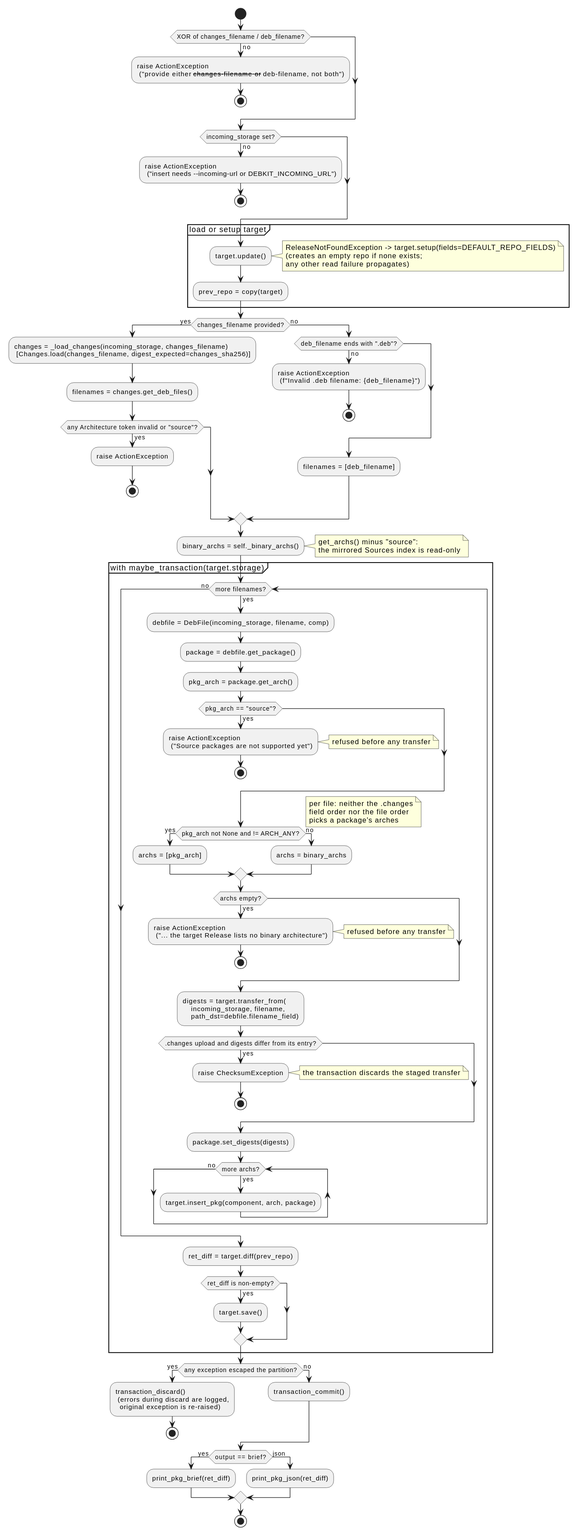
This is docs/development/diagrams/action-pkg-insert-activity.svg from vinklat/debkit, a PlantUML export, as it was before one commit. Its source is kept beside it as docs/development/diagrams/action-pkg-insert-activity.puml.
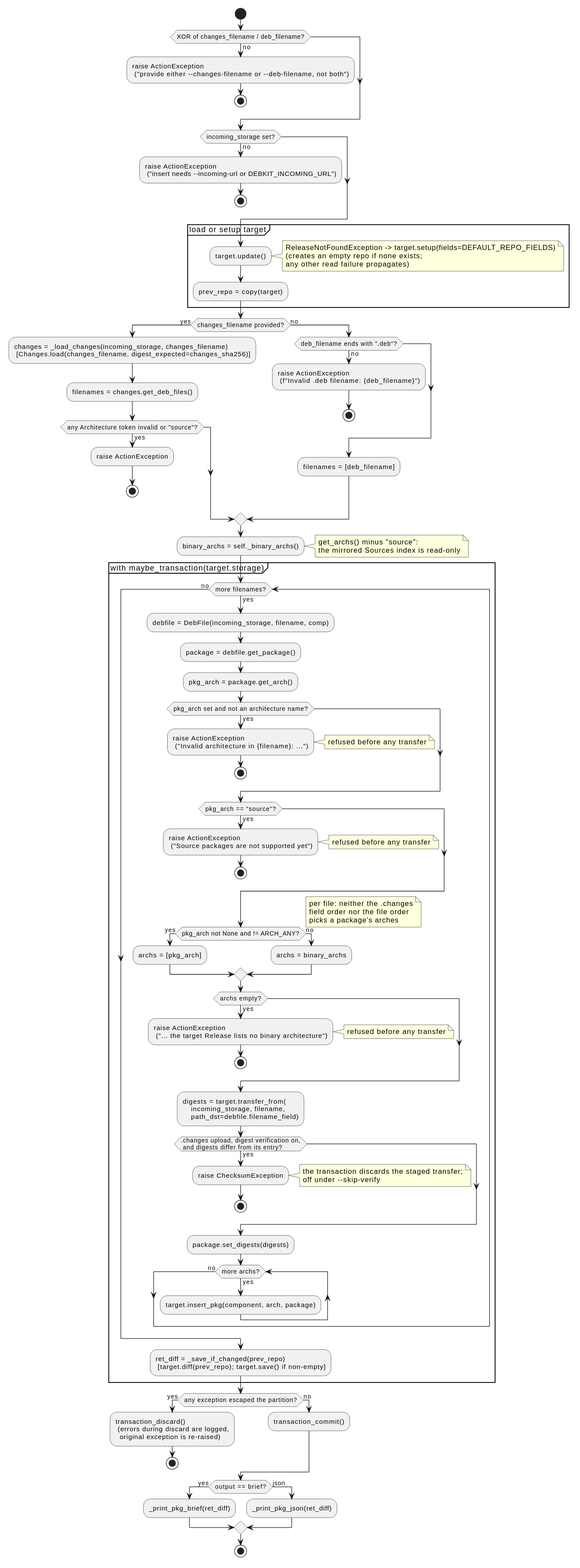
After the change.

What changed in the source:
```diff
@@ -2,7 +2,7 @@
 start
 if (XOR of changes_filename / deb_filename?) then (no)
   :raise ActionException
-   ("provide either --changes-filename or --deb-filename, not both");
+   ("provide either ~--changes-filename or ~--deb-filename, not both");
   stop
 endif
 
@@ -46,6 +46,12 @@
     :debfile = DebFile(incoming_storage, filename, comp);
     :package = debfile.get_package();
     :pkg_arch = package.get_arch();
+    if (pkg_arch set and not an architecture name?) then (yes)
+      :raise ActionException
+       ("Invalid architecture in {filename}: ...");
+      note right: refused before any transfer
+      stop
+    endif
     if (pkg_arch == "source"?) then (yes)
       :raise ActionException
        ("Source packages are not supported yet");
@@ -67,9 +73,9 @@
     :digests = target.transfer_from(
         incoming_storage, filename,
         path_dst=debfile.filename_field);
-    if (.changes upload and digests differ from its entry?) then (yes)
+    if (.changes upload, digest verification on,\n and digests differ from its entry?) then (yes)
       :raise ChecksumException;
-      note right: the transaction discards the staged transfer
+      note right: the transaction discards the staged transfer;\noff under --skip-verify
       stop
     endif
     :package.set_digests(digests);
@@ -77,10 +83,8 @@
       :target.insert_pkg(component, arch, package);
     endwhile (no)
   endwhile (no)
-  :ret_diff = target.diff(prev_repo);
-  if (ret_diff is non-empty?) then (yes)
-    :target.save();
-  endif
+  :ret_diff = _save_if_changed(prev_repo)
+   [target.diff(prev_repo); target.save() if non-empty];
 }
 
 if (any exception escaped the partition?) then (yes)
@@ -93,9 +97,9 @@
 endif
 
 if (output == brief?) then (yes)
-  :print_pkg_brief(ret_diff);
+  :_print_pkg_brief(ret_diff);
 else (json)
-  :print_pkg_json(ret_diff);
+  :_print_pkg_json(ret_diff);
 endif
 stop
 @enduml
```
